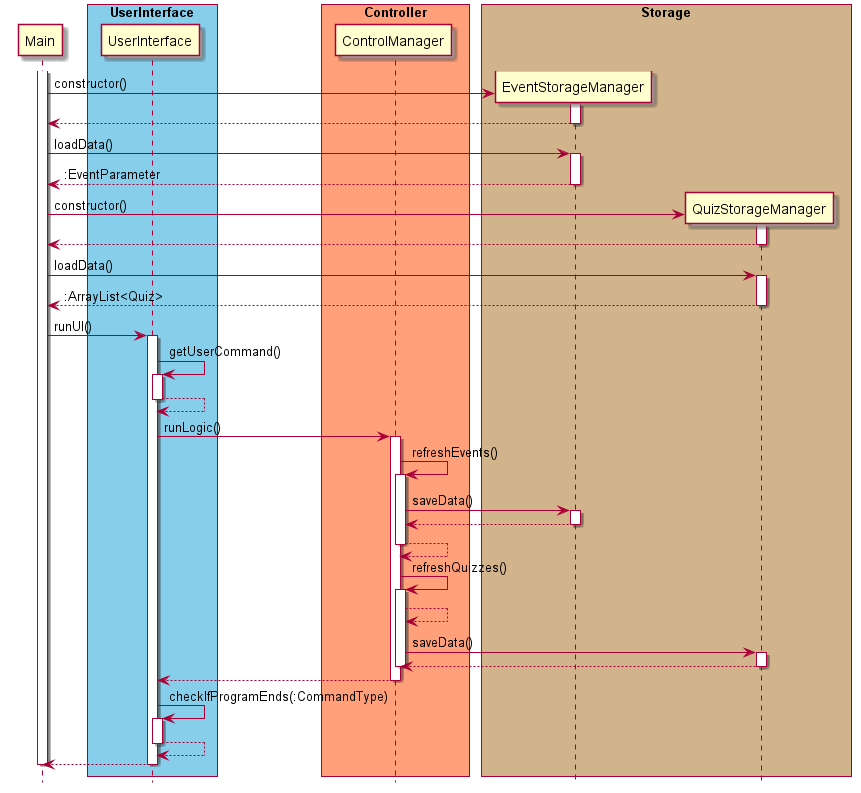
Before: docs/diagram/StorageSequence.png, a diagram exported from PlantUML (untitle4/tp).
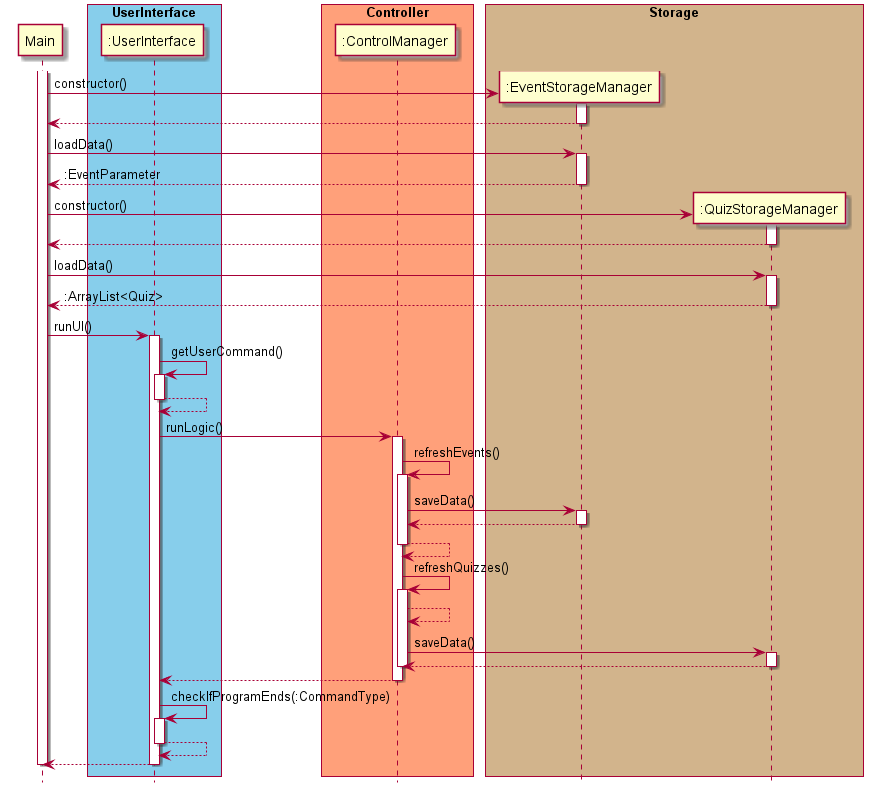
After the commit.

The edit, as a diff of the source:
```diff
@@ -7,73 +7,73 @@
 participant Main
 
 box "UserInterface" #skyblue
-participant UserInterface
+participant ":UserInterface"
 end box
 
 box "Controller" #LightSalmon
-participant ControlManager
+participant ":ControlManager"
 end box
 
 box "Storage" #Tan
-participant EventStorageManager
-participant QuizStorageManager
+participant ":EventStorageManager"
+participant ":QuizStorageManager"
 end box
 
 activate Main
-Main -> EventStorageManager** : constructor()
-activate EventStorageManager
-EventStorageManager --> Main
-deactivate EventStorageManager
+Main -> ":EventStorageManager"** : constructor()
+activate ":EventStorageManager"
+":EventStorageManager" --> Main
+deactivate ":EventStorageManager"
 
-Main -> EventStorageManager : loadData()
-activate EventStorageManager
-EventStorageManager --> Main : :EventParameter
-deactivate EventStorageManager
+Main -> ":EventStorageManager" : loadData()
+activate ":EventStorageManager"
+":EventStorageManager" --> Main : :EventParameter
+deactivate ":EventStorageManager"
 
-Main -> QuizStorageManager** : constructor()
-activate QuizStorageManager
-QuizStorageManager --> Main
-deactivate QuizStorageManager
+Main -> ":QuizStorageManager"** : constructor()
+activate ":QuizStorageManager"
+":QuizStorageManager" --> Main
+deactivate ":QuizStorageManager"
 
-Main -> QuizStorageManager : loadData()
-activate QuizStorageManager
-QuizStorageManager --> Main : :ArrayList<Quiz>
-deactivate QuizStorageManager
+Main -> ":QuizStorageManager" : loadData()
+activate ":QuizStorageManager"
+":QuizStorageManager" --> Main : :ArrayList<Quiz>
+deactivate ":QuizStorageManager"
 
-Main -> UserInterface : runUI()
-activate UserInterface
-UserInterface -> UserInterface : getUserCommand()
-activate UserInterface
-UserInterface --> UserInterface
-deactivate UserInterface
-UserInterface -> ControlManager : runLogic()
-activate ControlManager
-ControlManager -> ControlManager : refreshEvents()
-activate ControlManager
-ControlManager -> EventStorageManager : saveData()
-activate EventStorageManager
-EventStorageManager --> ControlManager
-deactivate EventStorageManager
-ControlManager --> ControlManager
-deactivate ControlManager
-ControlManager -> ControlManager : refreshQuizzes()
-activate ControlManager
-ControlManager --> ControlManager
-ControlManager -> QuizStorageManager : saveData()
-activate QuizStorageManager
-QuizStorageManager --> ControlManager
-deactivate QuizStorageManager
-deactivate ControlManager
-ControlManager --> UserInterface
-deactivate ControlManager
-deactivate ControlManager
-UserInterface -> UserInterface : checkIfProgramEnds(:CommandType)
-activate UserInterface
-UserInterface --> UserInterface
-deactivate UserInterface
-deactivate ControlManager
-UserInterface --> Main
-deactivate UserInterface
+Main -> ":UserInterface" : runUI()
+activate ":UserInterface"
+":UserInterface" -> ":UserInterface" : getUserCommand()
+activate ":UserInterface"
+":UserInterface" --> ":UserInterface"
+deactivate ":UserInterface"
+":UserInterface" -> ":ControlManager" : runLogic()
+activate ":ControlManager"
+":ControlManager" -> ":ControlManager" : refreshEvents()
+activate ":ControlManager"
+":ControlManager" -> ":EventStorageManager" : saveData()
+activate ":EventStorageManager"
+":EventStorageManager" --> ":ControlManager"
+deactivate ":EventStorageManager"
+":ControlManager" --> ":ControlManager"
+deactivate ":ControlManager"
+":ControlManager" -> ":ControlManager" : refreshQuizzes()
+activate ":ControlManager"
+":ControlManager" --> ":ControlManager"
+":ControlManager" -> ":QuizStorageManager" : saveData()
+activate ":QuizStorageManager"
+":QuizStorageManager" --> ":ControlManager"
+deactivate ":QuizStorageManager"
+deactivate ":ControlManager"
+":ControlManager" --> ":UserInterface"
+deactivate ":ControlManager"
+deactivate ":ControlManager"
+":UserInterface" -> ":UserInterface" : checkIfProgramEnds(:CommandType)
+activate ":UserInterface"
+":UserInterface" --> ":UserInterface"
+deactivate ":UserInterface"
+deactivate ":ControlManager"
+":UserInterface" --> Main
+deactivate ":UserInterface"
 deactivate Main
 
 @enduml
```
